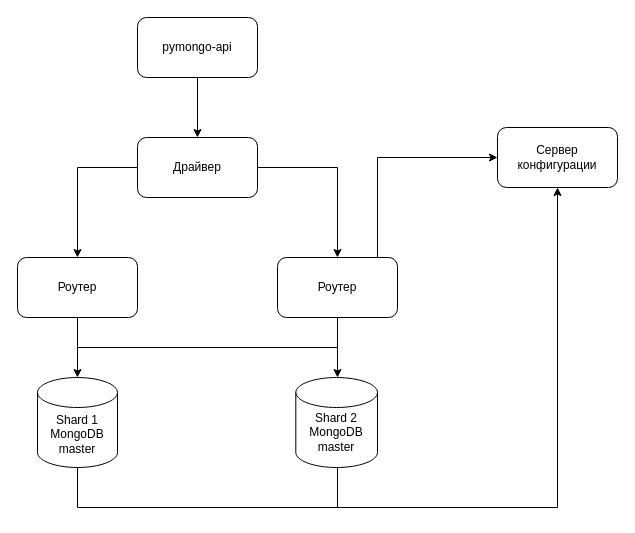
Ivan-Kozhushko/architecture-sprint-2 keeps this draw.io diagram as page "sharding" (2 of 6) of sprint2.drawio. Above is the earlier version. Source tidied: cells renumbered, new cells numbered last; positions are measured from the earlier drawing's top-left corner, leaving out a move shared by most shapes. Both pictures are drawn from the tidied source at 100%, with x=0, y=0 at pixel (17, 17).
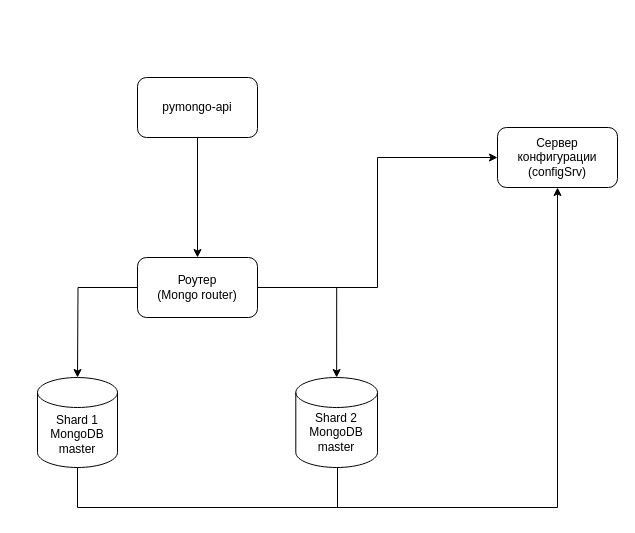
Above is the later version.

Unchanged cells that the change refers to:
```xml
<mxCell id="9" style="rounded=1;whiteSpace=wrap;html=1;" parent="7" vertex="1">
  <mxGeometry width="120" height="60" as="geometry" />
</mxCell>
<mxCell id="15" style="group;" parent="1" vertex="1">
  <mxGeometry x="480" y="110" width="120" height="60" as="geometry" />
</mxCell>
<mxCell id="21" style="shape=cylinder3;whiteSpace=wrap;html=1;boundedLbl=1;backgroundOutline=1;size=15;" parent="20" vertex="1">
  <mxGeometry x="-11.7" width="81.7" height="90" as="geometry" />
</mxCell>
```

The edit, as a diff of the source:
```diff
@@
-    <mxCell id="2" style="edgeStyle=orthogonalEdgeStyle;rounded=0;jettySize=auto;html=1;entryX=0.5;entryY=0;entryDx=0;entryDy=0;" parent="1" edge="1" source="3" target="5">
-      <mxGeometry relative="1" as="geometry" />
-    </mxCell>
     <mxCell id="3" value="pymongo-api" style="rounded=1;whiteSpace=wrap;html=1;" parent="1" vertex="1">
-      <mxGeometry x="120" width="120" height="60" as="geometry" />
+      <mxGeometry x="120" y="60" width="120" height="60" as="geometry" />
     </mxCell>
-    <mxCell id="4" style="group;" parent="1" vertex="1">
-      <mxGeometry x="120" y="120" width="120" height="60" as="geometry" />
-    </mxCell>
-    <mxCell id="5" style="rounded=1;whiteSpace=wrap;html=1;" parent="4" vertex="1">
-      <mxGeometry width="120" height="60" as="geometry" />
-    </mxCell>
-    <mxCell id="6" value="Драйвер" style="text;html=1;align=center;verticalAlign=middle;whiteSpace=wrap;rounded=0;" parent="4" vertex="1">
-      <mxGeometry x="30" y="15" width="60" height="30" as="geometry" />
-    </mxCell>
     <mxCell id="7" style="group;" parent="1" vertex="1">
-      <mxGeometry x="260" y="240" width="120" height="60" as="geometry" />
+      <mxGeometry x="120" y="240" width="120" height="60" as="geometry" />
     </mxCell>
     <mxCell id="8" style="edgeStyle=orthogonalEdgeStyle;rounded=0;jettySize=auto;html=1;" parent="7" edge="1" source="9">
       <mxGeometry relative="1" as="geometry">
-        <mxPoint x="60" y="120" as="targetPoint" />
+        <mxPoint x="-60" y="120" as="targetPoint" />
       </mxGeometry>
     </mxCell>
@@
-    <mxCell id="10" value="Роутер" style="text;html=1;align=center;verticalAlign=middle;whiteSpace=wrap;rounded=0;" parent="7" vertex="1">
-      <mxGeometry x="30" y="15" width="60" height="30" as="geometry" />
+    <mxCell id="10" value="Роутер&lt;div&gt;(Mongo router)&lt;/div&gt;" style="text;html=1;align=center;verticalAlign=middle;whiteSpace=wrap;rounded=0;" parent="7" vertex="1">
+      <mxGeometry x="10" y="15" width="100" height="30" as="geometry" />
     </mxCell>
-    <mxCell id="11" style="group;" parent="1" vertex="1">
-      <mxGeometry y="240" width="120" height="60" as="geometry" />
-    </mxCell>
-    <mxCell id="12" style="rounded=1;whiteSpace=wrap;html=1;" parent="11" vertex="1">
-      <mxGeometry width="120" height="60" as="geometry" />
-    </mxCell>
-    <mxCell id="13" style="edgeStyle=orthogonalEdgeStyle;rounded=0;orthogonalLoop=1;jettySize=auto;html=1;" parent="11" edge="1">
-      <mxGeometry relative="1" as="geometry">
-        <mxPoint x="60" y="60" as="sourcePoint" />
-        <mxPoint x="60" y="120" as="targetPoint" />
-      </mxGeometry>
-    </mxCell>
-    <mxCell id="14" value="Роутер" style="text;html=1;align=center;verticalAlign=middle;whiteSpace=wrap;rounded=0;" parent="11" vertex="1">
-      <mxGeometry x="30" y="15" width="60" height="30" as="geometry" />
-    </mxCell>
@@
-    <mxCell id="17" value="Сервер&lt;div&gt;конфигурации&lt;/div&gt;" style="text;html=1;align=center;verticalAlign=middle;whiteSpace=wrap;rounded=0;" parent="15" vertex="1">
+    <mxCell id="17" value="Сервер&lt;div&gt;конфигурации&lt;/div&gt;&lt;div&gt;(configSrv)&lt;/div&gt;" style="text;html=1;align=center;verticalAlign=middle;whiteSpace=wrap;rounded=0;" parent="15" vertex="1">
       <mxGeometry x="10" y="15" width="100" height="30" as="geometry" />
     </mxCell>
-    <mxCell id="18" style="edgeStyle=orthogonalEdgeStyle;rounded=0;jettySize=auto;html=1;entryX=0.5;entryY=0;entryDx=0;entryDy=0;" parent="1" edge="1" target="12">
-      <mxGeometry relative="1" as="geometry">
-        <mxPoint x="120" y="150" as="sourcePoint" />
-        <Array as="points">
-          <mxPoint x="60" y="150" />
-        </Array>
-      </mxGeometry>
-    </mxCell>
-    <mxCell id="19" style="edgeStyle=orthogonalEdgeStyle;rounded=0;jettySize=auto;html=1;entryX=0.5;entryY=0;entryDx=0;entryDy=0;" parent="1" edge="1" source="5" target="9">
-      <mxGeometry relative="1" as="geometry">
-        <Array as="points">
-          <mxPoint x="320" y="150" />
-        </Array>
-      </mxGeometry>
+    <mxCell id="19" style="edgeStyle=orthogonalEdgeStyle;rounded=0;jettySize=auto;html=1;entryX=0.5;entryY=0;entryDx=0;entryDy=0;exitX=0.5;exitY=1;exitDx=0;exitDy=0;" parent="1" edge="1" source="3" target="9">
+      <mxGeometry relative="1" as="geometry" />
     </mxCell>
@@
-    <mxCell id="27" style="endArrow=none;html=1;rounded=0;" parent="1" edge="1">
-      <mxGeometry relative="1" as="geometry">
-        <mxPoint x="60" y="330" as="sourcePoint" />
-        <mxPoint x="320" y="330" as="targetPoint" />
-      </mxGeometry>
-    </mxCell>
-    <mxCell id="28" style="edgeStyle=orthogonalEdgeStyle;rounded=0;orthogonalLoop=1;jettySize=auto;html=1;" parent="1" edge="1">
+    <mxCell id="28" style="edgeStyle=orthogonalEdgeStyle;rounded=0;jettySize=auto;html=1;exitX=1;exitY=0.5;exitDx=0;exitDy=0;" parent="1" edge="1" source="9">
       <mxGeometry relative="1" as="geometry">
-        <mxPoint x="320" y="240" as="sourcePoint" />
         <mxPoint x="480" y="140" as="targetPoint" />
         <Array as="points">
-          <mxPoint x="360" y="240" />
+          <mxPoint x="360" y="270" />
           <mxPoint x="360" y="140" />
-          <mxPoint x="481" y="140" />
         </Array>
       </mxGeometry>
     </mxCell>
@@
+    <mxCell id="30" style="edgeStyle=orthogonalEdgeStyle;rounded=0;jettySize=auto;html=1;entryX=0.5;entryY=0;entryDx=0;entryDy=0;entryPerimeter=0;" parent="1" edge="1" source="9" target="21">
+      <mxGeometry relative="1" as="geometry" />
+    </mxCell>
```
